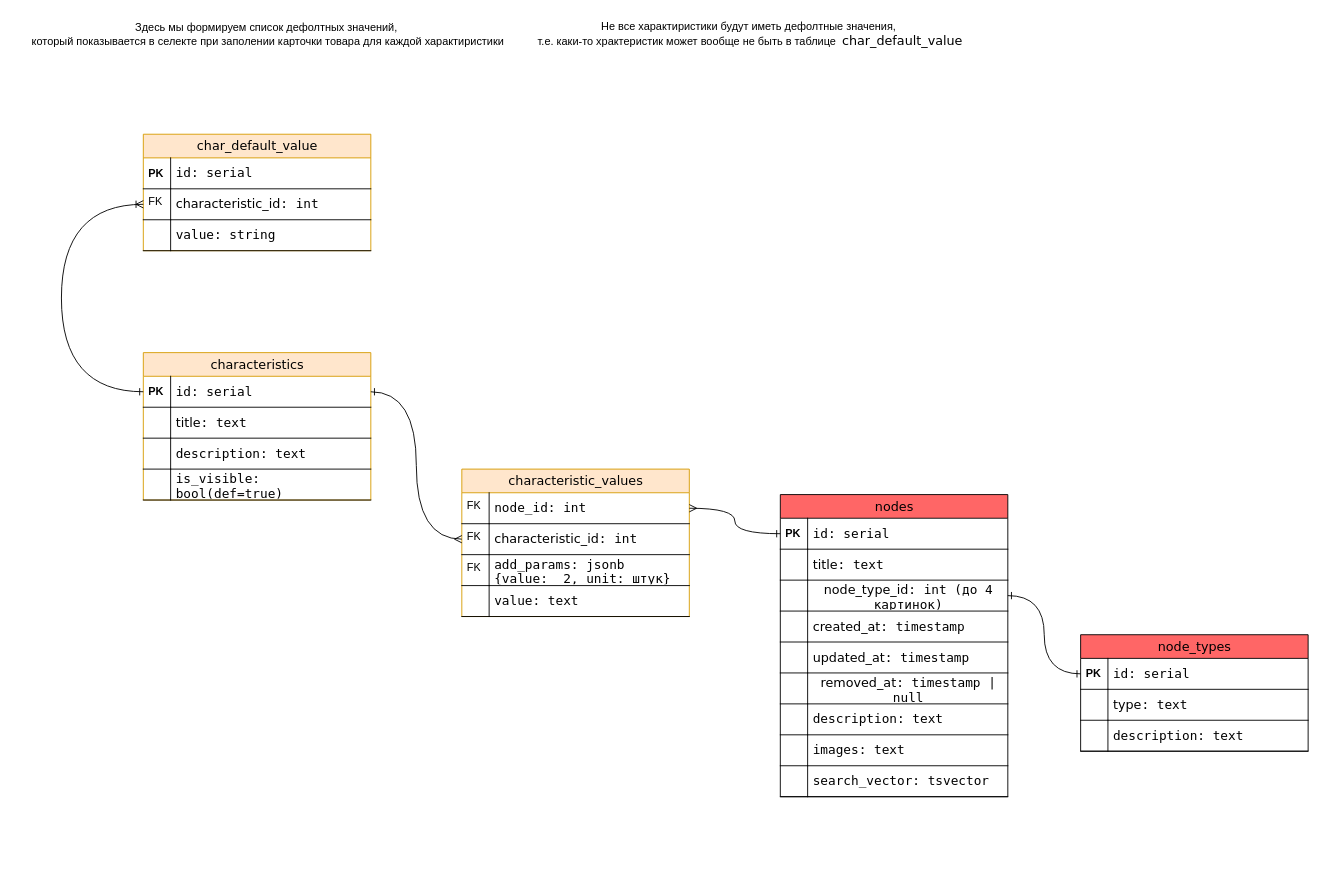
This is db/erd/shop-erd.drawio from Alekseyfgl/shop, a draw.io file, before an edit. Source tidied: cells renumbered, new cells numbered last; positions are measured from the earlier drawing's top-left corner, leaving out a move shared by most shapes. Both pictures are drawn from the tidied source at 91%, with x=0, y=0 at pixel (15, 15).
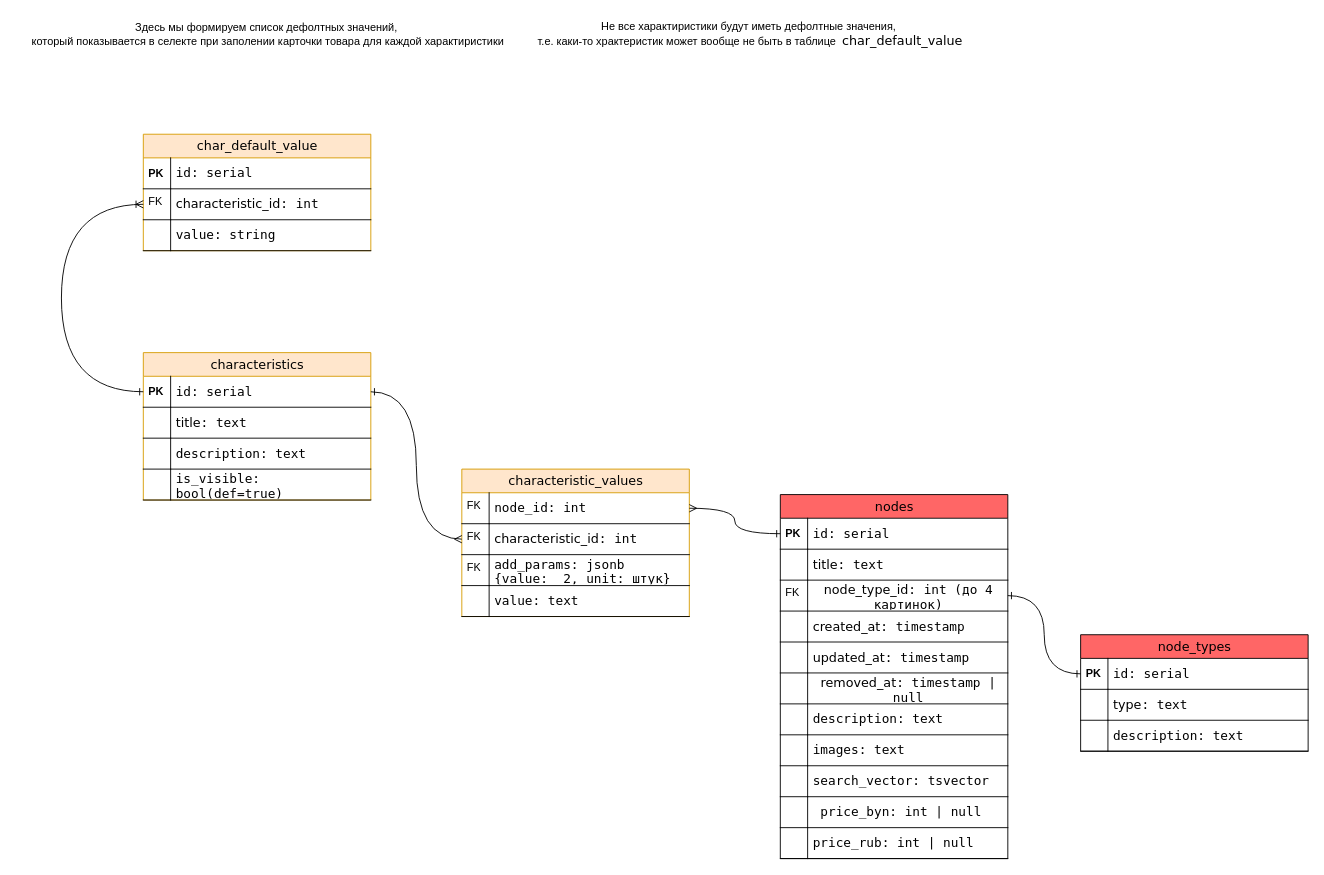
Above is the later version.

Unchanged cells that the change refers to:
```xml
<mxCell id="7" value="&lt;div style=&quot;text-align: center;&quot;&gt;&lt;span style=&quot;font-size: 14px; background-color: initial; text-wrap: nowrap;&quot;&gt;&lt;font face=&quot;Verdana&quot;&gt;node_type_id&lt;/font&gt;&lt;/span&gt;&lt;span style=&quot;font-family: &amp;quot;Lucida Console&amp;quot;; font-size: 14px; background-color: initial;&quot;&gt;: int (до 4 картинок)&lt;/span&gt;&lt;/div&gt;" style="shape=partialRectangle;top=0;left=0;right=0;bottom=1;html=1;align=left;verticalAlign=middle;fillColor=none;spacingLeft=34;spacingRight=4;whiteSpace=wrap;overflow=hidden;points=[[0,0.5],[1,0.5]];portConstraint=eastwest;" parent="2" vertex="1">
  <mxGeometry y="94" width="250" height="34" as="geometry" />
</mxCell>
```

Diff of the diagram source:
```diff
@@
     <mxCell id="2" value="nodes" style="swimlane;html=1;fontStyle=0;horizontal=1;startSize=26;fillColor=#FF6666;swimlaneFillColor=#ffffff;align=center;rounded=0;shadow=0;comic=0;labelBackgroundColor=none;strokeWidth=1;fontFamily=Verdana;fontSize=14;" parent="1" vertex="1">
-      <mxGeometry x="840" y="526" width="250" height="332" as="geometry" />
+      <mxGeometry x="840" y="526" width="250" height="400" as="geometry" />
     </mxCell>
@@
-    <mxCell id="8" style="shape=partialRectangle;top=0;left=0;bottom=0;html=1;fillColor=none;align=left;verticalAlign=top;spacingLeft=4;spacingRight=4;whiteSpace=wrap;overflow=hidden;" parent="7" vertex="1">
+    <mxCell id="8" value="FK" style="shape=partialRectangle;top=0;left=0;bottom=0;html=1;fillColor=none;align=left;verticalAlign=top;spacingLeft=4;spacingRight=4;whiteSpace=wrap;overflow=hidden;" parent="7" vertex="1">
       <mxGeometry width="30" height="34" as="geometry" />
     </mxCell>
@@
+    <mxCell id="59" value="&lt;font face=&quot;Lucida Console&quot;&gt;&lt;span style=&quot;font-size: 14px;&quot;&gt;&amp;nbsp;price_byn: int | null&lt;/span&gt;&lt;/font&gt;" style="shape=partialRectangle;top=0;left=0;right=0;bottom=1;html=1;align=left;verticalAlign=middle;fillColor=none;spacingLeft=34;spacingRight=4;whiteSpace=wrap;overflow=hidden;" parent="2" vertex="1">
+      <mxGeometry y="332" width="250" height="34" as="geometry" />
+    </mxCell>
+    <mxCell id="60" style="shape=partialRectangle;top=0;left=0;bottom=0;html=1;fillColor=none;align=left;verticalAlign=top;spacingLeft=4;spacingRight=4;whiteSpace=wrap;overflow=hidden;" parent="59" vertex="1">
+      <mxGeometry width="30" height="34" as="geometry" />
+    </mxCell>
+    <mxCell id="61" value="&lt;font face=&quot;Lucida Console&quot;&gt;&lt;span style=&quot;font-size: 14px;&quot;&gt;price_rub: int |&amp;nbsp;&lt;/span&gt;&lt;/font&gt;&lt;span style=&quot;font-family: &amp;quot;Lucida Console&amp;quot;; font-size: 14px;&quot;&gt;null&lt;/span&gt;" style="shape=partialRectangle;top=0;left=0;right=0;bottom=1;html=1;align=left;verticalAlign=middle;fillColor=none;spacingLeft=34;spacingRight=4;whiteSpace=wrap;overflow=hidden;" parent="2" vertex="1">
+      <mxGeometry y="366" width="250" height="34" as="geometry" />
+    </mxCell>
+    <mxCell id="62" style="shape=partialRectangle;top=0;left=0;bottom=0;html=1;fillColor=none;align=left;verticalAlign=top;spacingLeft=4;spacingRight=4;whiteSpace=wrap;overflow=hidden;" parent="61" vertex="1">
+      <mxGeometry width="30" height="34" as="geometry" />
+    </mxCell>
```
